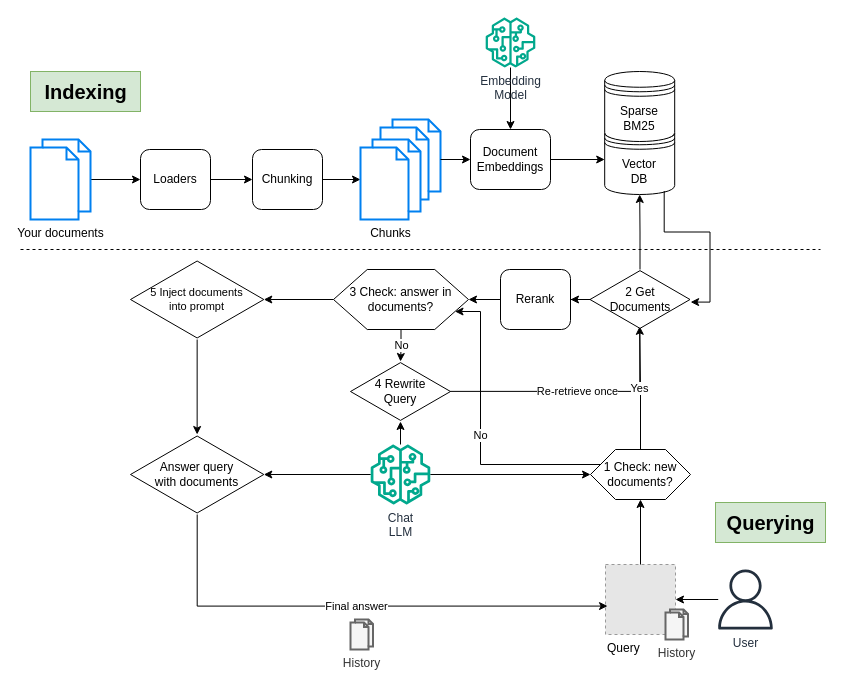
AI-Commandos/RAGMeUp keeps this draw.io diagram as ragmeup.drawio. Above is the earlier version. Source tidied: cells renumbered, new cells numbered last; positions are measured from the earlier drawing's top-left corner, leaving out a move shared by most shapes. Both pictures are drawn from the tidied source at 100%, with x=0, y=0 at pixel (20, 17). Pictures stored in the file or linked from it are replaced by grey dashed boxes.
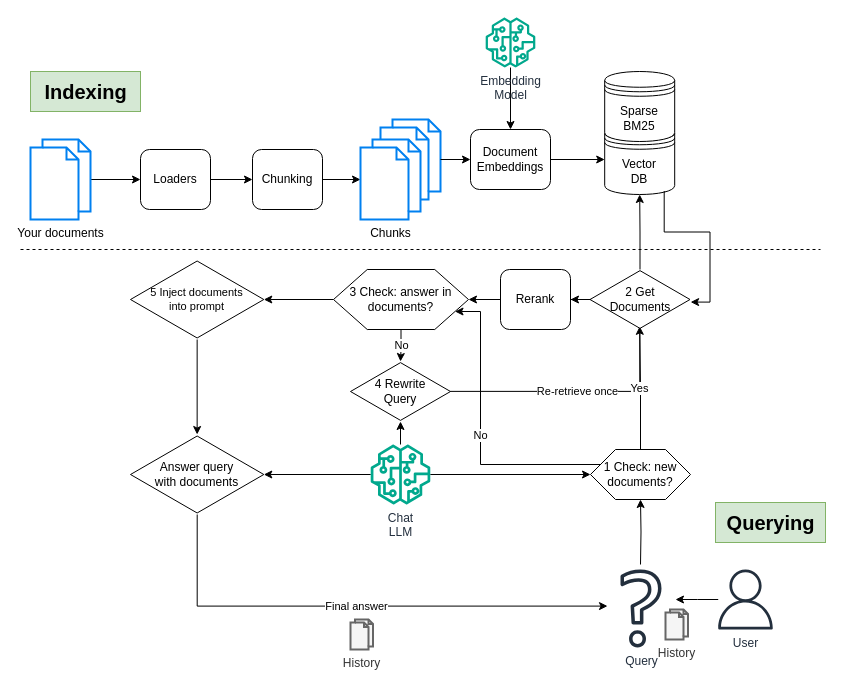
Above is the later version.

Commit message (it also covers changes not shown here):
I like these images better

Unchanged cells that the change refers to:
```xml
<mxCell id="18" value="User" style="sketch=0;outlineConnect=0;fontColor=#232F3E;gradientColor=none;fillColor=#232F3D;strokeColor=none;dashed=0;verticalLabelPosition=bottom;verticalAlign=top;align=center;html=1;fontSize=12;fontStyle=0;shape=mxgraph.aws4.user;" parent="1" vertex="1">
  <mxGeometry x="695" y="552" width="60" height="60" as="geometry" />
</mxCell>
<mxCell id="26" value="1 Check: new documents?" style="shape=hexagon;perimeter=hexagonPerimeter2;whiteSpace=wrap;html=1;size=0.25;" parent="1" vertex="1">
  <mxGeometry x="570" y="432" width="100" height="50" as="geometry" />
</mxCell>
<mxCell id="39" value="&lt;div style=&quot;font-size: 12px;&quot;&gt;Answer query&lt;/div&gt;&lt;div style=&quot;font-size: 12px;&quot;&gt;with documents&lt;br style=&quot;font-size: 12px;&quot;&gt;&lt;/div&gt;" style="html=1;whiteSpace=wrap;shape=isoRectangle;fontSize=12;" parent="1" vertex="1">
  <mxGeometry x="110" y="417" width="133.3" height="80" as="geometry" />
</mxCell>
```

The edit, as a diff of the source:
```diff
@@
-    <mxCell id="17" style="edgeStyle=orthogonalEdgeStyle;rounded=0;jettySize=auto;html=1;" parent="1" edge="1" source="18" target="20">
-      <mxGeometry relative="1" as="geometry" />
+    <mxCell id="17" style="edgeStyle=orthogonalEdgeStyle;rounded=0;jettySize=auto;html=1;" parent="1" edge="1" source="18">
+      <mxGeometry relative="1" as="geometry">
+        <mxPoint x="655" y="582" as="targetPoint" />
+      </mxGeometry>
     </mxCell>
@@
-    <mxCell id="19" style="group;" parent="1" vertex="1">
-      <mxGeometry x="585" y="547" width="82.5" height="75" as="geometry" />
+    <mxCell id="19" style="group;align=left;" parent="1" vertex="1">
+      <mxGeometry x="585" y="547" width="82.5" height="83" as="geometry" />
     </mxCell>
+    <mxCell id="21" value="History" style="html=1;verticalLabelPosition=bottom;align=center;labelBackgroundColor=#ffffff;verticalAlign=top;strokeWidth=2;strokeColor=#666666;shadow=0;dashed=0;shape=mxgraph.ios7.icons.documents;fillColor=#f5f5f5;fontColor=#333333;" parent="19" vertex="1">
+      <mxGeometry x="60" y="45" width="22.5" height="30" as="geometry" />
+    </mxCell>
-    <mxCell id="20" value="Query" style="fillColor=#E6E6E6;strokeColor=#999999;dashed=1;html=1;verticalAlign=top;verticalLabelPosition=bottom;labelBackgroundColor=#ffffff;align=left;" parent="19" vertex="1">
-      <mxGeometry width="70" height="70" as="geometry" />
+    <mxCell id="20" value="Query" style="sketch=0;outlineConnect=0;fontColor=#232F3E;gradientColor=none;fillColor=#232F3D;strokeColor=none;dashed=0;verticalLabelPosition=bottom;verticalAlign=top;align=center;html=1;fontSize=12;fontStyle=0;shape=mxgraph.aws4.question;" parent="19" vertex="1">
+      <mxGeometry x="15" y="5" width="41" height="78" as="geometry" />
     </mxCell>
-    <mxCell id="21" value="History" style="html=1;verticalLabelPosition=bottom;align=center;labelBackgroundColor=#ffffff;verticalAlign=top;strokeWidth=2;strokeColor=#666666;shadow=0;dashed=0;shape=mxgraph.ios7.icons.documents;fillColor=#f5f5f5;fontColor=#333333;" parent="19" vertex="1">
-      <mxGeometry x="60" y="45" width="22.5" height="30" as="geometry" />
-    </mxCell>
@@
-    <mxCell id="27" style="edgeStyle=orthogonalEdgeStyle;rounded=0;jettySize=auto;html=1;" parent="1" edge="1" source="20" target="26">
-      <mxGeometry relative="1" as="geometry" />
+    <mxCell id="27" style="edgeStyle=orthogonalEdgeStyle;rounded=0;jettySize=auto;html=1;" parent="1" edge="1" target="26">
+      <mxGeometry relative="1" as="geometry">
+        <mxPoint x="620" y="547" as="sourcePoint" />
+      </mxGeometry>
     </mxCell>
@@
-    <mxCell id="40" value="Final answer" style="edgeStyle=orthogonalEdgeStyle;rounded=0;jettySize=auto;html=1;entryX=0.029;entryY=0.594;entryDx=0;entryDy=0;entryPerimeter=0;" parent="1" edge="1" source="39" target="20">
+    <mxCell id="40" value="Final answer" style="edgeStyle=orthogonalEdgeStyle;rounded=0;jettySize=auto;html=1;entryX=0.029;entryY=0.594;entryDx=0;entryDy=0;entryPerimeter=0;" parent="1" edge="1" source="39">
       <mxGeometry relative="1" as="geometry">
+        <mxPoint x="587" y="588.6" as="targetPoint" />
         <Array as="points">
           <mxPoint x="177" y="589" />
         </Array>
       </mxGeometry>
     </mxCell>
```
